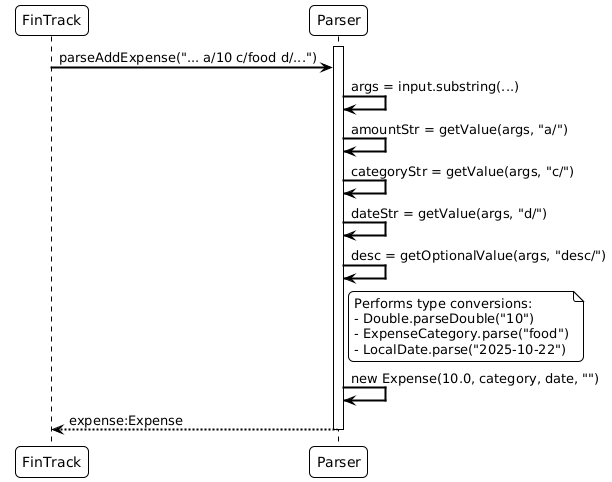
The PlantUML diagram docs/images/parser.png in AY2526S1-CS2113-W12-4/tp, before a commit. Its source is kept beside it as docs/diagrams/parser.puml. The source it was exported from:
```plantuml
@startuml
!theme plain
skinparam sequenceArrowThickness 2
skinparam roundcorner 10
skinparam participantpadding 5
skinparam boxpadding 30

participant ":FinTrack"
participant ":Parser"

activate ":Parser"
":FinTrack" -> ":Parser" : parseAddExpense("... a/10 c/food d/...")

":Parser" -> ":Parser" : args = input.substring(...)
":Parser" -> ":Parser" : amountStr = getValue(args, "a/")
":Parser" -> ":Parser" : categoryStr = getValue(args, "c/")
":Parser" -> ":Parser" : dateStr = getValue(args, "d/")
":Parser" -> ":Parser" : desc = getOptionalValue(args, "des/")

note right of ":Parser"
    Performs type conversions:
    - Double.parseDouble("10")
    - ExpenseCategory.parse("food")
    - LocalDate.parse("2025-10-22")
end note

":Parser" -> ":Parser" : new Expense(10.0, category, date, "")

":Parser" --> ":FinTrack" : expense:Expense
deactivate ":Parser"
@enduml
```
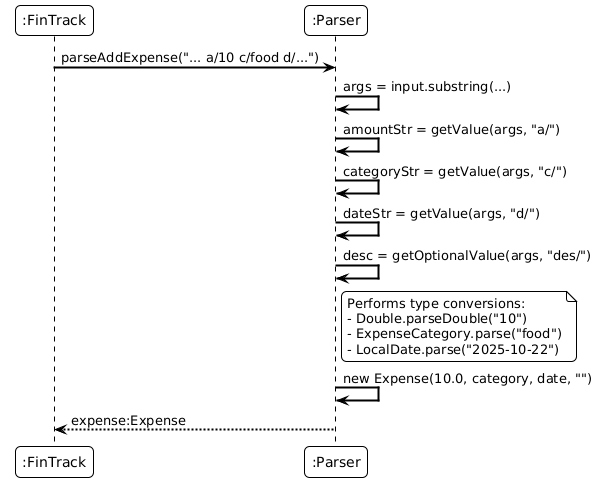
Above is the later version.

Commit message:
Update diagrams for FinTrack and Parser to be more consistent in terms of activation bars within diagrams

Change to the diagram source:
```diff
@@ -8,7 +8,6 @@
 participant ":FinTrack"
 participant ":Parser"
 
-activate ":Parser"
 ":FinTrack" -> ":Parser" : parseAddExpense("... a/10 c/food d/...")
 
 ":Parser" -> ":Parser" : args = input.substring(...)
@@ -27,5 +26,4 @@
 ":Parser" -> ":Parser" : new Expense(10.0, category, date, "")
 
 ":Parser" --> ":FinTrack" : expense:Expense
-deactivate ":Parser"
 @enduml
```
